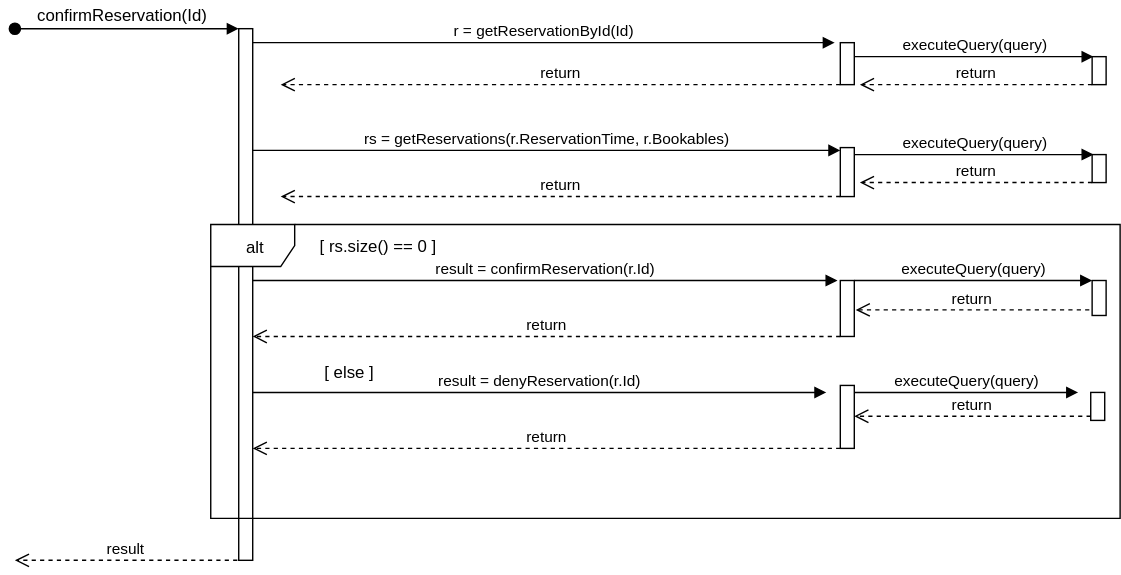
Earlier version of the draw.io export 02_Vysledne_modely/09_1_SequenceDiagram.svg (dusekdan/2017-AIS-Project-Restaurant-IS). Source tidied: cells renumbered, new cells last; positions are measured from the earlier drawing's top-left corner, leaving out a move shared by most shapes.
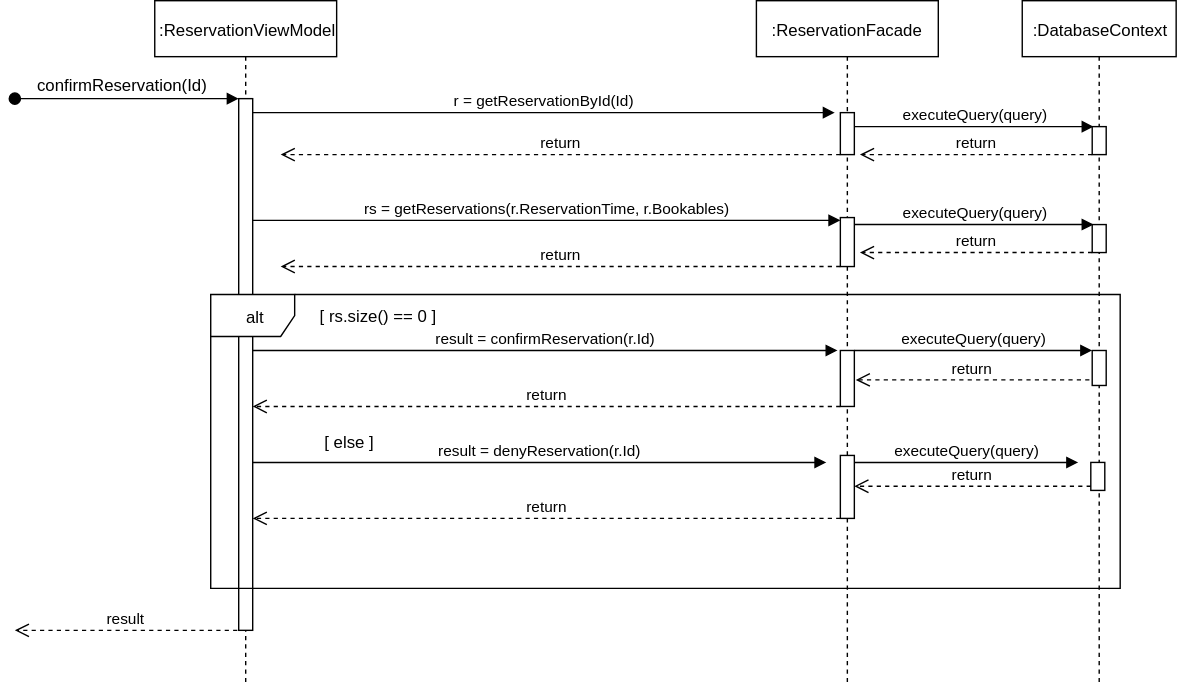
The same file after the commit.

Commit message:
Resolved #10 - Added headers for sequence diagram

The edit, as a diff of the source:
```diff
@@ -5,139 +5,148 @@
     <mxCell id="2" value="confirmReservation(Id)" style="text;html=1;strokeColor=none;fillColor=none;align=center;verticalAlign=middle;whiteSpace=wrap;rounded=0;" parent="1" vertex="1">
       <mxGeometry x="57" width="40" height="20" as="geometry" />
     </mxCell>
-    <mxCell id="3" style="html=1;points=[];perimeter=orthogonalPerimeter;" parent="1" vertex="1">
-      <mxGeometry x="160" y="20" width="10" height="380" as="geometry" />
+    <mxCell id="3" value=":ReservationViewModel" style="shape=umlLifeline;perimeter=lifelinePerimeter;whiteSpace=wrap;html=1;outlineConnect=0;" parent="1" vertex="1">
+      <mxGeometry x="100" y="-50" width="130" height="490" as="geometry" />
     </mxCell>
-    <mxCell id="4" style="html=1;verticalAlign=bottom;startArrow=oval;endArrow=block;startSize=8;" parent="1" edge="1" target="3">
-      <mxGeometry relative="1" as="geometry">
-        <mxPoint y="20" as="sourcePoint" />
-      </mxGeometry>
+    <mxCell id="4" style="html=1;points=[];perimeter=orthogonalPerimeter;" parent="3" vertex="1">
+      <mxGeometry x="60" y="70" width="10" height="380" as="geometry" />
     </mxCell>
-    <mxCell id="5" value="r = getReservationById(Id)" style="html=1;verticalAlign=bottom;endArrow=block;entryX=-0.4;entryY=0;entryPerimeter=0;" parent="1" edge="1" target="8">
+    <mxCell id="5" style="html=1;verticalAlign=bottom;startArrow=oval;endArrow=block;startSize=8;" parent="3" edge="1" target="4">
       <mxGeometry relative="1" as="geometry">
-        <mxPoint x="170" y="30" as="sourcePoint" />
+        <mxPoint x="-100" y="70" as="sourcePoint" />
       </mxGeometry>
     </mxCell>
-    <mxCell id="6" value="rs = getReservations(r.ReservationTime, r.Bookables)" style="html=1;verticalAlign=bottom;endArrow=block;entryX=0;entryY=0.063;entryPerimeter=0;" parent="1" edge="1" target="9">
+    <mxCell id="6" value="r = getReservationById(Id)" style="html=1;verticalAlign=bottom;endArrow=block;entryX=-0.4;entryY=0;entryPerimeter=0;" parent="3" edge="1" target="10">
       <mxGeometry relative="1" as="geometry">
-        <mxPoint x="170" y="107" as="sourcePoint" />
+        <mxPoint x="70" y="80" as="sourcePoint" />
       </mxGeometry>
     </mxCell>
-    <mxCell id="7" value="executeQuery(query)" style="html=1;verticalAlign=bottom;endArrow=block;entryX=0.1;entryY=0;entryPerimeter=0;" parent="1" edge="1" target="10">
+    <mxCell id="7" value="rs = getReservations(r.ReservationTime, r.Bookables)" style="html=1;verticalAlign=bottom;endArrow=block;entryX=0;entryY=0.063;entryPerimeter=0;" parent="3" edge="1" target="11">
       <mxGeometry relative="1" as="geometry">
-        <mxPoint x="600" y="40" as="sourcePoint" />
+        <mxPoint x="70" y="157" as="sourcePoint" />
       </mxGeometry>
     </mxCell>
-    <mxCell id="8" style="html=1;points=[];perimeter=orthogonalPerimeter;" parent="1" vertex="1">
-      <mxGeometry x="590" y="30" width="10" height="30" as="geometry" />
+    <mxCell id="8" value=":ReservationFacade" style="shape=umlLifeline;perimeter=lifelinePerimeter;whiteSpace=wrap;html=1;outlineConnect=0;" parent="1" vertex="1">
+      <mxGeometry x="530" y="-50" width="130" height="490" as="geometry" />
     </mxCell>
-    <mxCell id="9" style="html=1;points=[];perimeter=orthogonalPerimeter;" parent="1" vertex="1">
-      <mxGeometry x="590" y="105" width="10" height="35" as="geometry" />
+    <mxCell id="9" value="executeQuery(query)" style="html=1;verticalAlign=bottom;endArrow=block;entryX=0.1;entryY=0;entryPerimeter=0;" parent="8" edge="1" target="13">
+      <mxGeometry relative="1" as="geometry">
+        <mxPoint x="70" y="90" as="sourcePoint" />
+      </mxGeometry>
     </mxCell>
-    <mxCell id="10" style="html=1;points=[];perimeter=orthogonalPerimeter;" parent="1" vertex="1">
-      <mxGeometry x="770" y="40" width="10" height="20" as="geometry" />
+    <mxCell id="10" style="html=1;points=[];perimeter=orthogonalPerimeter;" parent="8" vertex="1">
+      <mxGeometry x="60" y="80" width="10" height="30" as="geometry" />
     </mxCell>
-    <mxCell id="11" value="return" style="html=1;verticalAlign=bottom;endArrow=open;dashed=1;endSize=8;entryX=1.4;entryY=1;entryPerimeter=0;" parent="1" edge="1" target="8">
-      <mxGeometry relative="1" as="geometry">
-        <mxPoint x="770" y="60" as="sourcePoint" />
-      </mxGeometry>
+    <mxCell id="11" style="html=1;points=[];perimeter=orthogonalPerimeter;" parent="8" vertex="1">
+      <mxGeometry x="60" y="155" width="10" height="35" as="geometry" />
     </mxCell>
-    <mxCell id="12" value="return" style="html=1;verticalAlign=bottom;endArrow=open;dashed=1;endSize=8;" parent="1" edge="1">
-      <mxGeometry relative="1" as="geometry">
-        <mxPoint x="590" y="60" as="sourcePoint" />
-        <mxPoint x="190" y="60" as="targetPoint" />
-      </mxGeometry>
+    <mxCell id="12" value=":DatabaseContext" style="shape=umlLifeline;perimeter=lifelinePerimeter;whiteSpace=wrap;html=1;" parent="1" vertex="1">
+      <mxGeometry x="720" y="-50" width="110" height="490" as="geometry" />
     </mxCell>
-    <mxCell id="13" value="executeQuery(query)" style="html=1;verticalAlign=bottom;endArrow=block;entryX=0.1;entryY=0;entryPerimeter=0;" parent="1" edge="1" target="14">
-      <mxGeometry relative="1" as="geometry">
-        <mxPoint x="600" y="110" as="sourcePoint" />
-      </mxGeometry>
+    <mxCell id="13" style="html=1;points=[];perimeter=orthogonalPerimeter;" parent="12" vertex="1">
+      <mxGeometry x="50" y="90" width="10" height="20" as="geometry" />
     </mxCell>
-    <mxCell id="14" style="html=1;points=[];perimeter=orthogonalPerimeter;" parent="1" vertex="1">
-      <mxGeometry x="770" y="110" width="10" height="20" as="geometry" />
+    <mxCell id="14" value="return" style="html=1;verticalAlign=bottom;endArrow=open;dashed=1;endSize=8;entryX=1.4;entryY=1;entryPerimeter=0;" parent="1" edge="1" target="10">
+      <mxGeometry relative="1" as="geometry">
+        <mxPoint x="770" y="60" as="sourcePoint" />
+      </mxGeometry>
     </mxCell>
-    <mxCell id="15" value="return" style="html=1;verticalAlign=bottom;endArrow=open;dashed=1;endSize=8;entryX=1.4;entryY=1;entryPerimeter=0;" parent="1" edge="1">
+    <mxCell id="15" value="return" style="html=1;verticalAlign=bottom;endArrow=open;dashed=1;endSize=8;" parent="1" edge="1">
       <mxGeometry relative="1" as="geometry">
-        <mxPoint x="770" y="130" as="sourcePoint" />
-        <mxPoint x="604" y="130" as="targetPoint" />
+        <mxPoint x="590" y="60" as="sourcePoint" />
+        <mxPoint x="190" y="60" as="targetPoint" />
       </mxGeometry>
     </mxCell>
-    <mxCell id="16" value="return" style="html=1;verticalAlign=bottom;endArrow=open;dashed=1;endSize=8;" parent="1" edge="1">
+    <mxCell id="16" value="executeQuery(query)" style="html=1;verticalAlign=bottom;endArrow=block;entryX=0.1;entryY=0;entryPerimeter=0;" parent="1" edge="1" target="17">
       <mxGeometry relative="1" as="geometry">
-        <mxPoint x="590" y="140" as="sourcePoint" />
-        <mxPoint x="190" y="140" as="targetPoint" />
+        <mxPoint x="600" y="110" as="sourcePoint" />
       </mxGeometry>
     </mxCell>
-    <mxCell id="17" value="alt" style="shape=umlFrame;whiteSpace=wrap;html=1;" parent="1" vertex="1">
-      <mxGeometry x="140" y="160" width="650" height="210" as="geometry" />
+    <mxCell id="17" style="html=1;points=[];perimeter=orthogonalPerimeter;" parent="1" vertex="1">
+      <mxGeometry x="770" y="110" width="10" height="20" as="geometry" />
     </mxCell>
-    <mxCell id="18" value="[ rs.size() == 0 ]" style="text;html=1;strokeColor=none;fillColor=none;align=center;verticalAlign=middle;whiteSpace=wrap;rounded=0;" parent="1" vertex="1">
-      <mxGeometry x="210" y="165" width="100" height="20" as="geometry" />
+    <mxCell id="18" value="return" style="html=1;verticalAlign=bottom;endArrow=open;dashed=1;endSize=8;entryX=1.4;entryY=1;entryPerimeter=0;" parent="1" edge="1">
+      <mxGeometry relative="1" as="geometry">
+        <mxPoint x="770" y="130" as="sourcePoint" />
+        <mxPoint x="604" y="130" as="targetPoint" />
+      </mxGeometry>
     </mxCell>
-    <mxCell id="19" value="result = confirmReservation(r.Id)" style="html=1;verticalAlign=bottom;endArrow=block;entryX=-0.171;entryY=0.005;entryPerimeter=0;" parent="1" edge="1" target="20">
+    <mxCell id="19" value="return" style="html=1;verticalAlign=bottom;endArrow=open;dashed=1;endSize=8;" parent="1" edge="1">
       <mxGeometry relative="1" as="geometry">
-        <mxPoint x="170" y="200" as="sourcePoint" />
+        <mxPoint x="590" y="140" as="sourcePoint" />
+        <mxPoint x="190" y="140" as="targetPoint" />
       </mxGeometry>
     </mxCell>
-    <mxCell id="20" style="html=1;points=[];perimeter=orthogonalPerimeter;" parent="1" vertex="1">
-      <mxGeometry x="590" y="200" width="10" height="40" as="geometry" />
+    <mxCell id="20" value="alt" style="shape=umlFrame;whiteSpace=wrap;html=1;" parent="1" vertex="1">
+      <mxGeometry x="140" y="160" width="650" height="210" as="geometry" />
     </mxCell>
-    <mxCell id="21" style="html=1;points=[];perimeter=orthogonalPerimeter;" parent="1" vertex="1">
-      <mxGeometry x="770" y="200" width="10" height="25" as="geometry" />
+    <mxCell id="21" value="[ rs.size() == 0 ]" style="text;html=1;strokeColor=none;fillColor=none;align=center;verticalAlign=middle;whiteSpace=wrap;rounded=0;" parent="1" vertex="1">
+      <mxGeometry x="210" y="165" width="100" height="20" as="geometry" />
     </mxCell>
-    <mxCell id="22" value="executeQuery(query)" style="html=1;verticalAlign=bottom;endArrow=block;" parent="1" edge="1">
+    <mxCell id="22" value="result = confirmReservation(r.Id)" style="html=1;verticalAlign=bottom;endArrow=block;entryX=-0.171;entryY=0.005;entryPerimeter=0;" parent="1" edge="1" target="23">
       <mxGeometry relative="1" as="geometry">
-        <mxPoint x="600" y="200" as="sourcePoint" />
-        <mxPoint x="770" y="200" as="targetPoint" />
+        <mxPoint x="170" y="200" as="sourcePoint" />
       </mxGeometry>
     </mxCell>
-    <mxCell id="23" value="return" style="html=1;verticalAlign=bottom;endArrow=open;dashed=1;endSize=8;exitX=-0.2;exitY=0.84;exitPerimeter=0;" parent="1" edge="1" source="21">
-      <mxGeometry relative="1" as="geometry">
-        <mxPoint x="601" y="221" as="targetPoint" />
-      </mxGeometry>
+    <mxCell id="23" style="html=1;points=[];perimeter=orthogonalPerimeter;" parent="1" vertex="1">
+      <mxGeometry x="590" y="200" width="10" height="40" as="geometry" />
     </mxCell>
-    <mxCell id="24" value="return" style="html=1;verticalAlign=bottom;endArrow=open;dashed=1;endSize=8;" parent="1" edge="1">
-      <mxGeometry relative="1" as="geometry">
-        <mxPoint x="590" y="240" as="sourcePoint" />
-        <mxPoint x="170" y="240" as="targetPoint" />
-      </mxGeometry>
+    <mxCell id="24" style="html=1;points=[];perimeter=orthogonalPerimeter;" parent="1" vertex="1">
+      <mxGeometry x="770" y="200" width="10" height="25" as="geometry" />
     </mxCell>
-    <mxCell id="25" value="[ else ]&amp;nbsp;" style="text;html=1;strokeColor=none;fillColor=none;align=center;verticalAlign=middle;whiteSpace=wrap;rounded=0;" parent="1" vertex="1">
-      <mxGeometry x="210" y="255" width="60" height="20" as="geometry" />
+    <mxCell id="25" value="executeQuery(query)" style="html=1;verticalAlign=bottom;endArrow=block;" parent="1" edge="1">
+      <mxGeometry relative="1" as="geometry">
+        <mxPoint x="600" y="200" as="sourcePoint" />
+        <mxPoint x="770" y="200" as="targetPoint" />
+      </mxGeometry>
     </mxCell>
-    <mxCell id="26" style="html=1;points=[];perimeter=orthogonalPerimeter;" parent="1" vertex="1">
-      <mxGeometry x="590" y="275" width="10" height="45" as="geometry" />
+    <mxCell id="26" value="return" style="html=1;verticalAlign=bottom;endArrow=open;dashed=1;endSize=8;exitX=-0.2;exitY=0.84;exitPerimeter=0;" parent="1" edge="1" source="24">
+      <mxGeometry relative="1" as="geometry">
+        <mxPoint x="601" y="221" as="targetPoint" />
+      </mxGeometry>
     </mxCell>
-    <mxCell id="27" value="result = denyReservation(r.Id)" style="html=1;verticalAlign=bottom;endArrow=block;" parent="1" edge="1">
+    <mxCell id="27" value="return" style="html=1;verticalAlign=bottom;endArrow=open;dashed=1;endSize=8;" parent="1" edge="1">
       <mxGeometry relative="1" as="geometry">
-        <mxPoint x="170" y="280" as="sourcePoint" />
-        <mxPoint x="580" y="280" as="targetPoint" />
+        <mxPoint x="590" y="240" as="sourcePoint" />
+        <mxPoint x="170" y="240" as="targetPoint" />
       </mxGeometry>
     </mxCell>
-    <mxCell id="28" style="html=1;perimeter=orthogonalPerimeter;" parent="1" vertex="1">
-      <mxGeometry x="769" y="280" width="10" height="20" as="geometry" />
+    <mxCell id="28" value="[ else ]&amp;nbsp;" style="text;html=1;strokeColor=none;fillColor=none;align=center;verticalAlign=middle;whiteSpace=wrap;rounded=0;" parent="1" vertex="1">
+      <mxGeometry x="210" y="255" width="60" height="20" as="geometry" />
     </mxCell>
-    <mxCell id="29" value="executeQuery(query)" style="html=1;verticalAlign=bottom;endArrow=block;" parent="1" edge="1">
-      <mxGeometry relative="1" as="geometry">
-        <mxPoint x="600" y="280" as="sourcePoint" />
-        <mxPoint x="760" y="280" as="targetPoint" />
-      </mxGeometry>
+    <mxCell id="29" style="html=1;points=[];perimeter=orthogonalPerimeter;" parent="1" vertex="1">
+      <mxGeometry x="590" y="275" width="10" height="45" as="geometry" />
     </mxCell>
-    <mxCell id="30" value="return" style="html=1;verticalAlign=bottom;endArrow=open;dashed=1;endSize=8;entryX=1;entryY=0.489;entryPerimeter=0;" parent="1" edge="1" target="26">
+    <mxCell id="30" value="result = denyReservation(r.Id)" style="html=1;verticalAlign=bottom;endArrow=block;" parent="1" edge="1">
       <mxGeometry relative="1" as="geometry">
-        <mxPoint x="769" y="297" as="sourcePoint" />
+        <mxPoint x="170" y="280" as="sourcePoint" />
+        <mxPoint x="580" y="280" as="targetPoint" />
       </mxGeometry>
     </mxCell>
-    <mxCell id="31" value="return" style="html=1;verticalAlign=bottom;endArrow=open;dashed=1;endSize=8;" parent="1" edge="1">
-      <mxGeometry relative="1" as="geometry">
-        <mxPoint x="590" y="320" as="sourcePoint" />
-        <mxPoint x="170" y="320" as="targetPoint" />
-      </mxGeometry>
+    <mxCell id="31" style="html=1;perimeter=orthogonalPerimeter;" parent="1" vertex="1">
+      <mxGeometry x="769" y="280" width="10" height="20" as="geometry" />
     </mxCell>
-    <mxCell id="32" value="result" style="html=1;verticalAlign=bottom;endArrow=open;dashed=1;endSize=8;exitX=-0.071;exitY=1;exitPerimeter=0;" parent="1" edge="1" source="3">
+    <mxCell id="32" value="executeQuery(query)" style="html=1;verticalAlign=bottom;endArrow=block;" parent="1" edge="1">
       <mxGeometry relative="1" as="geometry">
-        <mxPoint y="400" as="targetPoint" />
+        <mxPoint x="600" y="280" as="sourcePoint" />
+        <mxPoint x="760" y="280" as="targetPoint" />
       </mxGeometry>
     </mxCell>
+    <mxCell id="33" value="return" style="html=1;verticalAlign=bottom;endArrow=open;dashed=1;endSize=8;entryX=1;entryY=0.489;entryPerimeter=0;" parent="1" edge="1" target="29">
+      <mxGeometry relative="1" as="geometry">
+        <mxPoint x="769" y="297" as="sourcePoint" />
+      </mxGeometry>
+    </mxCell>
+    <mxCell id="34" value="return" style="html=1;verticalAlign=bottom;endArrow=open;dashed=1;endSize=8;" parent="1" edge="1">
+      <mxGeometry relative="1" as="geometry">
+        <mxPoint x="590" y="320" as="sourcePoint" />
+        <mxPoint x="170" y="320" as="targetPoint" />
+      </mxGeometry>
+    </mxCell>
+    <mxCell id="35" value="result" style="html=1;verticalAlign=bottom;endArrow=open;dashed=1;endSize=8;exitX=-0.071;exitY=1;exitPerimeter=0;" parent="1" edge="1" source="4">
+      <mxGeometry relative="1" as="geometry">
+        <mxPoint y="400" as="targetPoint" />
+      </mxGeometry>
+    </mxCell>
   </root>
 </mxGraphModel>
```
